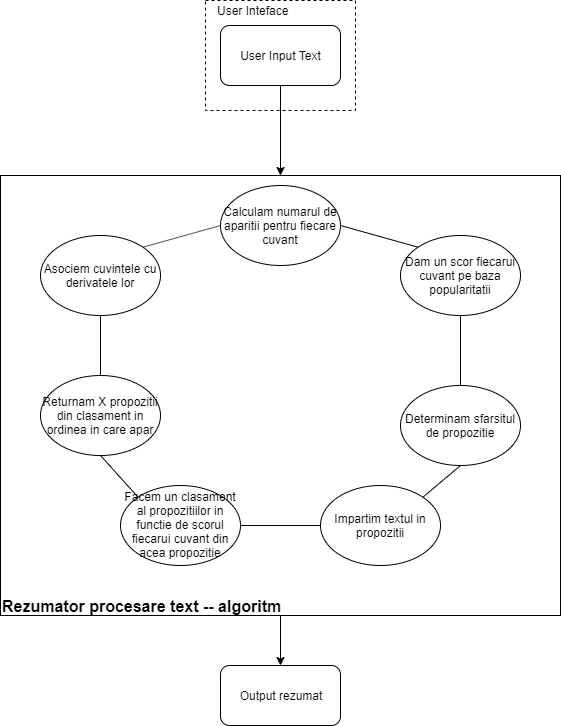
This is AI_arhitecture.png from Dyian314/IA_proiect, a draw.io export, as it was before one commit. Source tidied: cells renumbered, new cells last; positions are measured from the earlier drawing's top-left corner, leaving out a move shared by most shapes. Source of this version:
```xml
<mxGraphModel>
  <root>
    <mxCell id="0" />
    <mxCell id="1" parent="0" />
    <mxCell id="2" value="User Input Text" style="rounded=1;whiteSpace=wrap;html=1;" parent="1" vertex="1">
      <mxGeometry x="220" y="25" width="120" height="60" as="geometry" />
    </mxCell>
    <mxCell id="3" style="endArrow=classic;html=1;exitX=0.5;exitY=1;exitDx=0;exitDy=0;entryX=0.5;entryY=0;entryDx=0;entryDy=0;" parent="1" edge="1" source="2" target="4">
      <mxGeometry relative="1" as="geometry" />
    </mxCell>
    <mxCell id="4" style="rounded=0;whiteSpace=wrap;html=1;" parent="1" vertex="1">
      <mxGeometry y="175" width="560" height="440" as="geometry" />
    </mxCell>
    <mxCell id="5" value="&lt;b&gt;&lt;font style=&quot;font-size: 16px&quot;&gt;Rezumator procesare text -- algoritm&lt;/font&gt;&lt;/b&gt;" style="text;html=1;strokeColor=none;fillColor=none;align=left;verticalAlign=middle;whiteSpace=wrap;rounded=0;" parent="1" vertex="1">
      <mxGeometry y="595" width="310" height="20" as="geometry" />
    </mxCell>
    <mxCell id="6" value="Output rezumat" style="rounded=1;whiteSpace=wrap;html=1;align=center;" parent="1" vertex="1">
      <mxGeometry x="220" y="665" width="120" height="60" as="geometry" />
    </mxCell>
    <mxCell id="7" style="endArrow=classic;html=1;exitX=0.5;exitY=1;exitDx=0;exitDy=0;entryX=0.5;entryY=0;entryDx=0;entryDy=0;" parent="1" edge="1" source="4" target="6">
      <mxGeometry relative="1" as="geometry" />
    </mxCell>
    <mxCell id="8" value="Calculam numarul de aparitii pentru fiecare cuvant" style="ellipse;whiteSpace=wrap;html=1;align=center;" parent="1" vertex="1">
      <mxGeometry x="220" y="185" width="120" height="80" as="geometry" />
    </mxCell>
    <mxCell id="9" value="Dam un scor fiecarui cuvant pe baza popularitatii" style="ellipse;whiteSpace=wrap;html=1;align=center;" parent="1" vertex="1">
      <mxGeometry x="400" y="235" width="120" height="80" as="geometry" />
    </mxCell>
    <mxCell id="10" value="Returnam X propozitii din clasament in ordinea in care apar" style="ellipse;whiteSpace=wrap;html=1;align=center;" parent="1" vertex="1">
      <mxGeometry x="40" y="375" width="120" height="80" as="geometry" />
    </mxCell>
    <mxCell id="11" value="Asociem cuvintele cu derivatele lor" style="ellipse;whiteSpace=wrap;html=1;align=center;" parent="1" vertex="1">
      <mxGeometry x="40" y="235" width="120" height="80" as="geometry" />
    </mxCell>
    <mxCell id="12" style="rounded=0;whiteSpace=wrap;html=1;align=left;dashed=1;fillColor=none;" parent="1" vertex="1">
      <mxGeometry x="205" width="150" height="110" as="geometry" />
    </mxCell>
    <mxCell id="13" value="User Inteface" style="text;html=1;strokeColor=none;fillColor=none;align=left;verticalAlign=middle;whiteSpace=wrap;rounded=0;dashed=1;" parent="1" vertex="1">
      <mxGeometry x="215" width="105" height="20" as="geometry" />
    </mxCell>
    <mxCell id="14" value="Determinam sfarsitul de propozitie" style="ellipse;whiteSpace=wrap;html=1;align=center;" parent="1" vertex="1">
      <mxGeometry x="400" y="385" width="120" height="80" as="geometry" />
    </mxCell>
    <mxCell id="15" value="Facem un clasament al propozitiilor in functie de scorul fiecarui cuvant din acea propozitie" style="ellipse;whiteSpace=wrap;html=1;align=center;" parent="1" vertex="1">
      <mxGeometry x="120" y="485" width="120" height="80" as="geometry" />
    </mxCell>
    <mxCell id="16" value="Impartim textul in propozitii" style="ellipse;whiteSpace=wrap;html=1;align=center;" parent="1" vertex="1">
      <mxGeometry x="320" y="485" width="120" height="80" as="geometry" />
    </mxCell>
    <mxCell id="17" style="endArrow=none;html=1;entryX=0.5;entryY=1;entryDx=0;entryDy=0;exitX=0;exitY=0;exitDx=0;exitDy=0;" parent="1" edge="1" source="15" target="10">
      <mxGeometry relative="1" as="geometry" />
    </mxCell>
    <mxCell id="18" style="endArrow=none;html=1;entryX=0;entryY=0.5;entryDx=0;entryDy=0;exitX=1;exitY=0.5;exitDx=0;exitDy=0;" parent="1" edge="1" source="15" target="16">
      <mxGeometry relative="1" as="geometry" />
    </mxCell>
    <mxCell id="19" style="endArrow=none;html=1;entryX=0.5;entryY=1;entryDx=0;entryDy=0;exitX=1;exitY=0;exitDx=0;exitDy=0;" parent="1" edge="1" source="16" target="14">
      <mxGeometry relative="1" as="geometry" />
    </mxCell>
    <mxCell id="20" style="endArrow=none;html=1;entryX=0.5;entryY=1;entryDx=0;entryDy=0;exitX=0.5;exitY=0;exitDx=0;exitDy=0;" parent="1" edge="1" source="14" target="9">
      <mxGeometry relative="1" as="geometry" />
    </mxCell>
    <mxCell id="21" style="endArrow=none;html=1;entryX=1;entryY=0.5;entryDx=0;entryDy=0;exitX=0;exitY=0;exitDx=0;exitDy=0;" parent="1" edge="1" source="9" target="8">
      <mxGeometry relative="1" as="geometry" />
    </mxCell>
    <mxCell id="22" style="endArrow=none;html=1;entryX=0.5;entryY=1;entryDx=0;entryDy=0;exitX=0.5;exitY=0;exitDx=0;exitDy=0;" parent="1" edge="1" source="10" target="11">
      <mxGeometry relative="1" as="geometry" />
    </mxCell>
    <mxCell id="23" style="endArrow=none;html=1;entryX=0;entryY=0.5;entryDx=0;entryDy=0;exitX=1;exitY=0;exitDx=0;exitDy=0;" parent="1" edge="1" source="11" target="8">
      <mxGeometry relative="1" as="geometry" />
    </mxCell>
  </root>
</mxGraphModel>
```
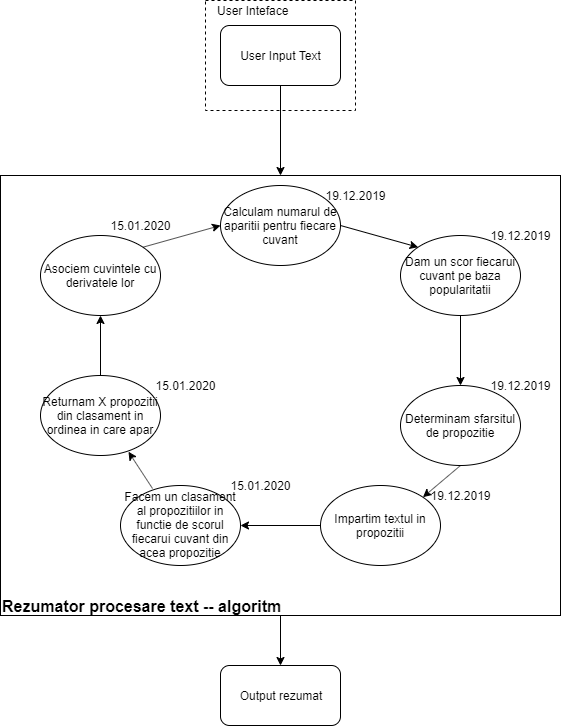
Later version of the same file.

Diff of the diagram source:
```diff
@@ -47,26 +47,47 @@
     <mxCell id="16" value="Impartim textul in propozitii" style="ellipse;whiteSpace=wrap;html=1;align=center;" parent="1" vertex="1">
       <mxGeometry x="320" y="485" width="120" height="80" as="geometry" />
     </mxCell>
-    <mxCell id="17" style="endArrow=none;html=1;entryX=0.5;entryY=1;entryDx=0;entryDy=0;exitX=0;exitY=0;exitDx=0;exitDy=0;" parent="1" edge="1" source="15" target="10">
-      <mxGeometry relative="1" as="geometry" />
-    </mxCell>
-    <mxCell id="18" style="endArrow=none;html=1;entryX=0;entryY=0.5;entryDx=0;entryDy=0;exitX=1;exitY=0.5;exitDx=0;exitDy=0;" parent="1" edge="1" source="15" target="16">
+    <mxCell id="18" style="endArrow=none;html=1;entryX=0;entryY=0.5;entryDx=0;entryDy=0;exitX=1;exitY=0.5;exitDx=0;exitDy=0;startArrow=classic;startFill=1;" parent="1" edge="1" source="15" target="16">
       <mxGeometry relative="1" as="geometry" />
     </mxCell>
-    <mxCell id="19" style="endArrow=none;html=1;entryX=0.5;entryY=1;entryDx=0;entryDy=0;exitX=1;exitY=0;exitDx=0;exitDy=0;" parent="1" edge="1" source="16" target="14">
+    <mxCell id="19" style="endArrow=none;html=1;entryX=0.5;entryY=1;entryDx=0;entryDy=0;exitX=1;exitY=0;exitDx=0;exitDy=0;startArrow=classic;startFill=1;" parent="1" edge="1" source="16" target="14">
       <mxGeometry relative="1" as="geometry" />
     </mxCell>
-    <mxCell id="20" style="endArrow=none;html=1;entryX=0.5;entryY=1;entryDx=0;entryDy=0;exitX=0.5;exitY=0;exitDx=0;exitDy=0;" parent="1" edge="1" source="14" target="9">
+    <mxCell id="20" style="endArrow=none;html=1;entryX=0.5;entryY=1;entryDx=0;entryDy=0;exitX=0.5;exitY=0;exitDx=0;exitDy=0;startArrow=classic;startFill=1;" parent="1" edge="1" source="14" target="9">
       <mxGeometry relative="1" as="geometry" />
     </mxCell>
-    <mxCell id="21" style="endArrow=none;html=1;entryX=1;entryY=0.5;entryDx=0;entryDy=0;exitX=0;exitY=0;exitDx=0;exitDy=0;" parent="1" edge="1" source="9" target="8">
+    <mxCell id="21" style="endArrow=none;html=1;entryX=1;entryY=0.5;entryDx=0;entryDy=0;exitX=0;exitY=0;exitDx=0;exitDy=0;startArrow=classic;startFill=1;" parent="1" edge="1" source="9" target="8">
       <mxGeometry relative="1" as="geometry" />
     </mxCell>
-    <mxCell id="22" style="endArrow=none;html=1;entryX=0.5;entryY=1;entryDx=0;entryDy=0;exitX=0.5;exitY=0;exitDx=0;exitDy=0;" parent="1" edge="1" source="10" target="11">
+    <mxCell id="22" style="endArrow=classic;html=1;entryX=0.5;entryY=1;entryDx=0;entryDy=0;exitX=0.5;exitY=0;exitDx=0;exitDy=0;startArrow=none;startFill=0;endFill=1;" parent="1" edge="1" source="10" target="11">
       <mxGeometry relative="1" as="geometry" />
     </mxCell>
-    <mxCell id="23" style="endArrow=none;html=1;entryX=0;entryY=0.5;entryDx=0;entryDy=0;exitX=1;exitY=0;exitDx=0;exitDy=0;" parent="1" edge="1" source="11" target="8">
+    <mxCell id="23" style="endArrow=classic;html=1;entryX=0;entryY=0.5;entryDx=0;entryDy=0;exitX=1;exitY=0;exitDx=0;exitDy=0;startArrow=none;startFill=0;endFill=1;" parent="1" edge="1" source="11" target="8">
       <mxGeometry relative="1" as="geometry" />
     </mxCell>
+    <mxCell id="17" style="endArrow=classic;html=1;strokeColor=#000000;entryX=0.733;entryY=0.953;entryDx=0;entryDy=0;entryPerimeter=0;exitX=0.267;exitY=0.038;exitDx=0;exitDy=0;exitPerimeter=0;" parent="1" edge="1" source="15" target="10">
+      <mxGeometry relative="1" as="geometry" />
+    </mxCell>
+    <mxCell id="24" value="19.12.2019" style="text;html=1;strokeColor=none;fillColor=none;align=center;verticalAlign=middle;whiteSpace=wrap;rounded=0;dashed=1;" parent="1" vertex="1">
+      <mxGeometry x="335" y="185" width="40" height="20" as="geometry" />
+    </mxCell>
+    <mxCell id="25" value="19.12.2019" style="text;html=1;strokeColor=none;fillColor=none;align=center;verticalAlign=middle;whiteSpace=wrap;rounded=0;dashed=1;" parent="1" vertex="1">
+      <mxGeometry x="500" y="225" width="40" height="20" as="geometry" />
+    </mxCell>
+    <mxCell id="26" value="19.12.2019" style="text;html=1;strokeColor=none;fillColor=none;align=center;verticalAlign=middle;whiteSpace=wrap;rounded=0;dashed=1;" parent="1" vertex="1">
+      <mxGeometry x="500" y="375" width="40" height="20" as="geometry" />
+    </mxCell>
+    <mxCell id="27" value="19.12.2019" style="text;html=1;strokeColor=none;fillColor=none;align=center;verticalAlign=middle;whiteSpace=wrap;rounded=0;dashed=1;" parent="1" vertex="1">
+      <mxGeometry x="440" y="485" width="40" height="20" as="geometry" />
+    </mxCell>
+    <mxCell id="28" value="15.01.2020" style="text;html=1;strokeColor=none;fillColor=none;align=center;verticalAlign=middle;whiteSpace=wrap;rounded=0;dashed=1;" parent="1" vertex="1">
+      <mxGeometry x="240" y="475" width="40" height="20" as="geometry" />
+    </mxCell>
+    <mxCell id="29" value="15.01.2020" style="text;html=1;strokeColor=none;fillColor=none;align=center;verticalAlign=middle;whiteSpace=wrap;rounded=0;dashed=1;" parent="1" vertex="1">
+      <mxGeometry x="165" y="375" width="40" height="20" as="geometry" />
+    </mxCell>
+    <mxCell id="30" value="15.01.2020" style="text;html=1;strokeColor=none;fillColor=none;align=center;verticalAlign=middle;whiteSpace=wrap;rounded=0;dashed=1;" parent="1" vertex="1">
+      <mxGeometry x="120" y="215" width="40" height="20" as="geometry" />
+    </mxCell>
   </root>
 </mxGraphModel>
```
